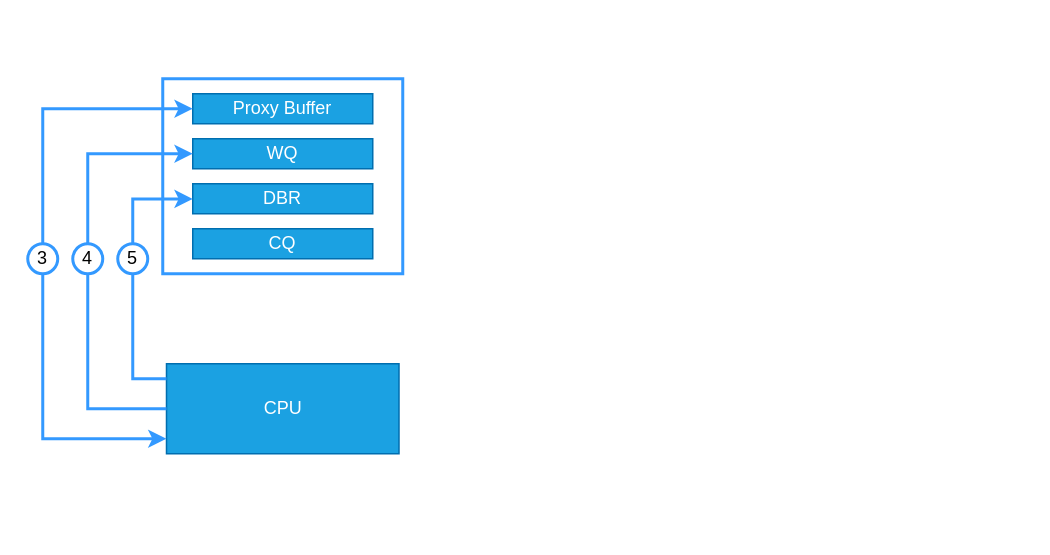
This is IBRC/IBGDA.drawio from icclBrother/AIinfraDocs, a draw.io file, before an edit. Source tidied: cells renumbered, new cells numbered last; positions are measured from the earlier drawing's top-left corner, leaving out a move shared by most shapes. Both pictures are drawn from the tidied source at 150%, with x=0, y=0 at pixel (27, 78).
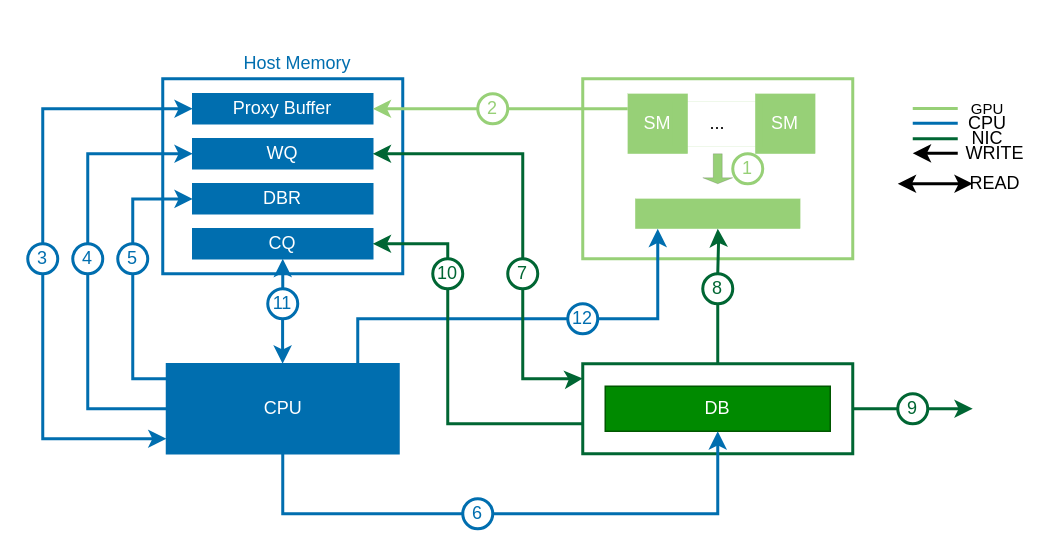
Above is the later version.

Change to the diagram source:
```diff
@@
-    <mxCell id="2" style="rounded=0;whiteSpace=wrap;html=1;strokeColor=#3399FF;strokeWidth=2;" parent="1" vertex="1">
+    <mxCell id="2" style="rounded=0;whiteSpace=wrap;html=1;strokeColor=#006EAF;strokeWidth=2;" parent="1" vertex="1">
       <mxGeometry x="90" width="160" height="130" as="geometry" />
     </mxCell>
-    <mxCell id="3" value="Proxy Buffer" style="rounded=0;whiteSpace=wrap;html=1;fillColor=#1ba1e2;fontColor=#ffffff;strokeColor=#006EAF;" parent="1" vertex="1">
+    <mxCell id="3" value="Proxy Buffer" style="rounded=0;whiteSpace=wrap;html=1;fillColor=#006EAF;fontColor=#ffffff;strokeColor=#006EAF;" parent="1" vertex="1">
       <mxGeometry x="110" y="10" width="120" height="20" as="geometry" />
     </mxCell>
-    <mxCell id="4" value="WQ" style="rounded=0;whiteSpace=wrap;html=1;fillColor=#1ba1e2;fontColor=#ffffff;strokeColor=#006EAF;" parent="1" vertex="1">
+    <mxCell id="4" value="WQ" style="rounded=0;whiteSpace=wrap;html=1;fillColor=#006EAF;fontColor=#ffffff;strokeColor=#006EAF;" parent="1" vertex="1">
       <mxGeometry x="110" y="40" width="120" height="20" as="geometry" />
     </mxCell>
-    <mxCell id="5" value="DBR" style="rounded=0;whiteSpace=wrap;html=1;fillColor=#1ba1e2;fontColor=#ffffff;strokeColor=#006EAF;" parent="1" vertex="1">
+    <mxCell id="5" value="DBR" style="rounded=0;whiteSpace=wrap;html=1;fillColor=#006EAF;fontColor=#ffffff;strokeColor=#006EAF;" parent="1" vertex="1">
       <mxGeometry x="110" y="70" width="120" height="20" as="geometry" />
     </mxCell>
-    <mxCell id="6" value="CQ" style="rounded=0;whiteSpace=wrap;html=1;fillColor=#1ba1e2;fontColor=#ffffff;strokeColor=#006EAF;" parent="1" vertex="1">
+    <mxCell id="6" value="CQ" style="rounded=0;whiteSpace=wrap;html=1;fillColor=#006EAF;fontColor=#ffffff;strokeColor=#006EAF;" parent="1" vertex="1">
       <mxGeometry x="110" y="100" width="120" height="20" as="geometry" />
     </mxCell>
+    <mxCell id="17" style="edgeStyle=orthogonalEdgeStyle;rounded=0;orthogonalLoop=1;jettySize=auto;html=1;startArrow=classic;startFill=1;strokeWidth=2;endArrow=none;endFill=0;strokeColor=#006EAF;" parent="1" edge="1">
+      <mxGeometry relative="1" as="geometry">
+        <mxPoint x="169.9" y="190" as="sourcePoint" />
+        <mxPoint x="169.9" y="160" as="targetPoint" />
+      </mxGeometry>
+    </mxCell>
+    <mxCell id="18" style="edgeStyle=orthogonalEdgeStyle;rounded=0;jettySize=auto;html=1;endArrow=none;endFill=0;strokeColor=#006EAF;strokeWidth=2;" parent="1" edge="1" source="7">
+      <mxGeometry relative="1" as="geometry">
+        <mxPoint x="290" y="290" as="targetPoint" />
+        <Array as="points">
+          <mxPoint x="170" y="290" />
+        </Array>
+      </mxGeometry>
+    </mxCell>
-    <mxCell id="7" value="CPU" style="rounded=0;whiteSpace=wrap;html=1;fillColor=#1ba1e2;fontColor=#ffffff;strokeColor=#006EAF;" parent="1" vertex="1">
+    <mxCell id="7" value="CPU" style="rounded=0;whiteSpace=wrap;html=1;fillColor=#006EAF;fontColor=#ffffff;strokeColor=#006EAF;" parent="1" vertex="1">
       <mxGeometry x="92.5" y="190" width="155" height="60" as="geometry" />
     </mxCell>
-    <mxCell id="8" style="edgeStyle=orthogonalEdgeStyle;rounded=0;jettySize=auto;html=1;entryX=0;entryY=0.5;entryDx=0;entryDy=0;exitX=0.5;exitY=0;exitDx=0;exitDy=0;strokeColor=#3399FF;strokeWidth=2;" parent="1" edge="1" source="12">
+    <mxCell id="8" style="edgeStyle=orthogonalEdgeStyle;rounded=0;jettySize=auto;html=1;entryX=0;entryY=0.5;entryDx=0;entryDy=0;exitX=0.5;exitY=0;exitDx=0;exitDy=0;strokeColor=#006EAF;strokeWidth=2;" parent="1" edge="1" source="12">
       <mxGeometry relative="1" as="geometry">
         <mxPoint x="110" y="20" as="targetPoint" />
         <Array as="points">
           <mxPoint x="10" y="20" />
         </Array>
       </mxGeometry>
     </mxCell>
-    <mxCell id="9" style="edgeStyle=orthogonalEdgeStyle;rounded=0;orthogonalLoop=1;jettySize=auto;html=1;entryX=0;entryY=0.5;entryDx=0;entryDy=0;strokeColor=#3399FF;strokeWidth=2;" parent="1" edge="1">
+    <mxCell id="9" style="edgeStyle=orthogonalEdgeStyle;rounded=0;orthogonalLoop=1;jettySize=auto;html=1;entryX=0;entryY=0.5;entryDx=0;entryDy=0;strokeColor=#006EAF;strokeWidth=2;" parent="1" edge="1">
       <mxGeometry relative="1" as="geometry">
         <mxPoint x="40" y="110" as="sourcePoint" />
         <mxPoint x="110" y="50" as="targetPoint" />
         <Array as="points">
           <mxPoint x="40" y="50" />
         </Array>
       </mxGeometry>
     </mxCell>
-    <mxCell id="10" style="edgeStyle=orthogonalEdgeStyle;rounded=0;orthogonalLoop=1;jettySize=auto;html=1;entryX=0;entryY=0.5;entryDx=0;entryDy=0;strokeColor=#3399FF;strokeWidth=2;" parent="1" edge="1">
+    <mxCell id="10" style="edgeStyle=orthogonalEdgeStyle;rounded=0;orthogonalLoop=1;jettySize=auto;html=1;entryX=0;entryY=0.5;entryDx=0;entryDy=0;strokeColor=#006EAF;strokeWidth=2;" parent="1" edge="1">
       <mxGeometry relative="1" as="geometry">
         <mxPoint x="70" y="110" as="sourcePoint" />
         <mxPoint x="110" y="80.1" as="targetPoint" />
         <Array as="points">
           <mxPoint x="70" y="80" />
         </Array>
       </mxGeometry>
     </mxCell>
-    <mxCell id="11" style="edgeStyle=orthogonalEdgeStyle;rounded=0;jettySize=auto;html=1;strokeColor=#3399FF;strokeWidth=2;" parent="1" edge="1" source="12" target="7">
+    <mxCell id="11" style="edgeStyle=orthogonalEdgeStyle;rounded=0;jettySize=auto;html=1;strokeColor=#006EAF;strokeWidth=2;" parent="1" edge="1" source="12" target="7">
       <mxGeometry relative="1" as="geometry">
         <Array as="points">
           <mxPoint x="10" y="240" />
         </Array>
       </mxGeometry>
     </mxCell>
-    <mxCell id="12" value="3" style="ellipse;whiteSpace=wrap;html=1;strokeColor=#3399FF;strokeWidth=2;" parent="1" vertex="1">
+    <mxCell id="12" value="&lt;span style=&quot;color: rgb(0, 110, 175);&quot;&gt;3&lt;/span&gt;" style="ellipse;whiteSpace=wrap;html=1;strokeColor=#006EAF;strokeWidth=2;" parent="1" vertex="1">
       <mxGeometry y="110" width="20" height="20" as="geometry" />
     </mxCell>
-    <mxCell id="13" style="edgeStyle=orthogonalEdgeStyle;rounded=0;jettySize=auto;html=1;entryX=0;entryY=0.5;entryDx=0;entryDy=0;strokeColor=#3399FF;strokeWidth=2;endArrow=none;endFill=0;" parent="1" edge="1" source="14" target="7">
+    <mxCell id="13" style="edgeStyle=orthogonalEdgeStyle;rounded=0;jettySize=auto;html=1;entryX=0;entryY=0.5;entryDx=0;entryDy=0;strokeColor=#006EAF;strokeWidth=2;endArrow=none;endFill=0;" parent="1" edge="1" source="14" target="7">
       <mxGeometry relative="1" as="geometry">
         <Array as="points">
           <mxPoint x="40" y="220" />
         </Array>
       </mxGeometry>
     </mxCell>
-    <mxCell id="14" value="4" style="ellipse;whiteSpace=wrap;html=1;strokeColor=#3399FF;strokeWidth=2;" parent="1" vertex="1">
+    <mxCell id="14" value="&lt;span style=&quot;color: rgb(0, 110, 175);&quot;&gt;4&lt;/span&gt;" style="ellipse;whiteSpace=wrap;html=1;strokeColor=#006EAF;strokeWidth=2;" parent="1" vertex="1">
       <mxGeometry x="30" y="110" width="20" height="20" as="geometry" />
     </mxCell>
-    <mxCell id="15" style="edgeStyle=orthogonalEdgeStyle;rounded=0;jettySize=auto;html=1;strokeColor=#3399FF;strokeWidth=2;endArrow=none;endFill=0;" parent="1" edge="1" source="16" target="7">
+    <mxCell id="15" style="edgeStyle=orthogonalEdgeStyle;rounded=0;jettySize=auto;html=1;strokeColor=#006EAF;strokeWidth=2;endArrow=none;endFill=0;" parent="1" edge="1" source="16" target="7">
       <mxGeometry relative="1" as="geometry">
         <Array as="points">
           <mxPoint x="70" y="200" />
         </Array>
       </mxGeometry>
     </mxCell>
-    <mxCell id="16" value="5" style="ellipse;whiteSpace=wrap;html=1;strokeColor=#3399FF;strokeWidth=2;" parent="1" vertex="1">
+    <mxCell id="16" value="&lt;span style=&quot;color: rgb(0, 110, 175);&quot;&gt;5&lt;/span&gt;" style="ellipse;whiteSpace=wrap;html=1;strokeColor=#006EAF;strokeWidth=2;" parent="1" vertex="1">
       <mxGeometry x="60" y="110" width="20" height="20" as="geometry" />
     </mxCell>
+    <mxCell id="19" value="&lt;span style=&quot;color: rgb(0, 110, 175);&quot;&gt;Host Memory&lt;/span&gt;" style="text;html=1;align=center;verticalAlign=middle;whiteSpace=wrap;rounded=0;" parent="1" vertex="1">
+      <mxGeometry x="120" y="-35" width="120" height="50" as="geometry" />
+    </mxCell>
+    <mxCell id="20" style="edgeStyle=orthogonalEdgeStyle;rounded=0;orthogonalLoop=1;jettySize=auto;html=1;endArrow=none;endFill=0;strokeColor=#006EAF;strokeWidth=2;jumpStyle=arc;" parent="1" edge="1">
+      <mxGeometry relative="1" as="geometry">
+        <mxPoint x="360" y="160" as="sourcePoint" />
+        <mxPoint x="220" y="190" as="targetPoint" />
+        <Array as="points">
+          <mxPoint x="220" y="160" />
+          <mxPoint x="220" y="190" />
+        </Array>
+      </mxGeometry>
+    </mxCell>
+    <mxCell id="21" style="edgeStyle=orthogonalEdgeStyle;rounded=0;jettySize=auto;html=1;strokeColor=#006EAF;strokeWidth=2;" parent="1" edge="1" source="22">
+      <mxGeometry relative="1" as="geometry">
+        <mxPoint x="170" y="120" as="targetPoint" />
+      </mxGeometry>
+    </mxCell>
+    <mxCell id="22" value="&lt;span style=&quot;color: rgb(0, 110, 175);&quot;&gt;11&lt;/span&gt;" style="ellipse;whiteSpace=wrap;html=1;strokeColor=#006EAF;strokeWidth=2;" parent="1" vertex="1">
+      <mxGeometry x="160" y="140" width="20" height="20" as="geometry" />
+    </mxCell>
+    <mxCell id="23" style="edgeStyle=orthogonalEdgeStyle;rounded=0;orthogonalLoop=1;jettySize=auto;html=1;entryX=1;entryY=0.5;entryDx=0;entryDy=0;strokeWidth=2;strokeColor=#006633;" parent="1" edge="1">
+      <mxGeometry relative="1" as="geometry">
+        <mxPoint x="330" y="120" as="sourcePoint" />
+        <mxPoint x="230" y="50" as="targetPoint" />
+        <Array as="points">
+          <mxPoint x="330" y="50" />
+        </Array>
+      </mxGeometry>
+    </mxCell>
+    <mxCell id="24" style="edgeStyle=orthogonalEdgeStyle;rounded=0;jettySize=auto;html=1;endArrow=none;endFill=0;strokeWidth=2;strokeColor=#006633;" parent="1" edge="1" source="25" target="59">
+      <mxGeometry relative="1" as="geometry" />
+    </mxCell>
+    <mxCell id="25" style="rounded=0;whiteSpace=wrap;html=1;strokeWidth=2;strokeColor=#006633;" parent="1" vertex="1">
+      <mxGeometry x="370" y="190" width="180" height="60" as="geometry" />
+    </mxCell>
+    <mxCell id="26" value="DB" style="rounded=0;whiteSpace=wrap;html=1;fillColor=#008a00;fontColor=#ffffff;strokeColor=#005700;" parent="1" vertex="1">
+      <mxGeometry x="385" y="205" width="150" height="30" as="geometry" />
+    </mxCell>
+    <mxCell id="27" style="rounded=0;whiteSpace=wrap;html=1;strokeWidth=2;strokeColor=#97D077;" parent="1" vertex="1">
+      <mxGeometry x="370" width="180" height="120" as="geometry" />
+    </mxCell>
+    <mxCell id="28" value="&lt;span style=&quot;color: rgb(255, 255, 255);&quot;&gt;SM&lt;/span&gt;" style="whiteSpace=wrap;html=1;strokeWidth=0;fillColor=#97D077;strokeColor=#97D077;" parent="1" vertex="1">
+      <mxGeometry x="400" y="10" width="40" height="40" as="geometry" />
+    </mxCell>
+    <mxCell id="29" value="&lt;span style=&quot;color: rgb(255, 255, 255);&quot;&gt;SM&lt;/span&gt;" style="whiteSpace=wrap;html=1;strokeWidth=0;fillColor=#97D077;strokeColor=#97D077;" parent="1" vertex="1">
+      <mxGeometry x="485" y="10" width="40" height="40" as="geometry" />
+    </mxCell>
+    <mxCell id="30" style="rounded=0;whiteSpace=wrap;html=1;fillColor=#97D077;strokeColor=#97D077;strokeWidth=0;" parent="1" vertex="1">
+      <mxGeometry x="405" y="80" width="110" height="20" as="geometry" />
+    </mxCell>
+    <mxCell id="31" value="..." style="text;html=1;align=center;verticalAlign=middle;whiteSpace=wrap;rounded=0;strokeColor=#97D077;strokeWidth=0;" parent="1" vertex="1">
+      <mxGeometry x="430" y="15" width="60" height="30" as="geometry" />
+    </mxCell>
+    <mxCell id="32" style="edgeStyle=orthogonalEdgeStyle;rounded=0;jettySize=auto;html=1;strokeColor=#006633;strokeWidth=2;" parent="1" edge="1" target="30">
+      <mxGeometry relative="1" as="geometry">
+        <mxPoint x="460" y="130" as="sourcePoint" />
+      </mxGeometry>
+    </mxCell>
+    <mxCell id="33" style="edgeStyle=orthogonalEdgeStyle;rounded=0;jettySize=auto;html=1;endArrow=none;endFill=0;strokeWidth=2;strokeColor=#006633;" parent="1" edge="1" source="34">
+      <mxGeometry relative="1" as="geometry">
+        <mxPoint x="460" y="190" as="targetPoint" />
+      </mxGeometry>
+    </mxCell>
+    <mxCell id="34" value="&lt;div&gt;&lt;span style=&quot;color: rgb(0, 102, 51);&quot;&gt;8&lt;/span&gt;&lt;/div&gt;" style="ellipse;whiteSpace=wrap;html=1;strokeColor=#006633;strokeWidth=2;" parent="1" vertex="1">
+      <mxGeometry x="450" y="130" width="20" height="20" as="geometry" />
+    </mxCell>
+    <mxCell id="35" style="edgeStyle=orthogonalEdgeStyle;rounded=0;orthogonalLoop=1;jettySize=auto;html=1;endArrow=none;endFill=0;strokeWidth=2;strokeColor=#97D077;fillColor=#cdeb8b;" parent="1" edge="1">
+      <mxGeometry relative="1" as="geometry">
+        <mxPoint x="320" y="20" as="sourcePoint" />
+        <mxPoint x="400" y="20" as="targetPoint" />
+        <Array as="points">
+          <mxPoint x="370" y="20" />
+          <mxPoint x="370" y="20" />
+        </Array>
+      </mxGeometry>
+    </mxCell>
+    <mxCell id="36" style="edgeStyle=orthogonalEdgeStyle;rounded=0;jettySize=auto;html=1;endArrow=classic;endFill=1;startArrow=none;startFill=0;strokeWidth=2;strokeColor=#97D077;fillColor=#cdeb8b;" parent="1" edge="1" source="37">
+      <mxGeometry relative="1" as="geometry">
+        <mxPoint x="230" y="20" as="targetPoint" />
+        <Array as="points">
+          <mxPoint x="230" y="20" />
+        </Array>
+      </mxGeometry>
+    </mxCell>
+    <mxCell id="37" value="&lt;span style=&quot;color: rgb(151, 208, 119);&quot;&gt;2&lt;/span&gt;" style="ellipse;whiteSpace=wrap;html=1;strokeWidth=2;strokeColor=#97D077;" parent="1" vertex="1">
+      <mxGeometry x="300" y="10" width="20" height="20" as="geometry" />
+    </mxCell>
+    <mxCell id="38" style="edgeStyle=orthogonalEdgeStyle;rounded=0;jettySize=auto;html=1;endArrow=classic;endFill=1;entryX=0;entryY=0.163;entryDx=0;entryDy=0;entryPerimeter=0;strokeWidth=2;strokeColor=#006633;" parent="1" edge="1" target="25">
+      <mxGeometry relative="1" as="geometry">
+        <mxPoint x="330" y="140" as="sourcePoint" />
+        <Array as="points">
+          <mxPoint x="330" y="200" />
+          <mxPoint x="367" y="200" />
+        </Array>
+      </mxGeometry>
+    </mxCell>
+    <mxCell id="39" value="&lt;span style=&quot;color: rgb(0, 102, 51);&quot;&gt;7&lt;/span&gt;" style="ellipse;whiteSpace=wrap;html=1;strokeWidth=2;strokeColor=#006633;" parent="1" vertex="1">
+      <mxGeometry x="320" y="120" width="20" height="20" as="geometry" />
+    </mxCell>
+    <mxCell id="40" style="edgeStyle=orthogonalEdgeStyle;rounded=0;jettySize=auto;html=1;entryX=1;entryY=0.5;entryDx=0;entryDy=0;strokeWidth=2;strokeColor=#006633;" parent="1" edge="1" target="6">
+      <mxGeometry relative="1" as="geometry">
+        <mxPoint x="280" y="120" as="sourcePoint" />
+        <Array as="points">
+          <mxPoint x="280" y="110" />
+        </Array>
+      </mxGeometry>
+    </mxCell>
+    <mxCell id="41" value="&lt;span style=&quot;color: rgb(0, 102, 51);&quot;&gt;10&lt;/span&gt;" style="ellipse;whiteSpace=wrap;html=1;strokeWidth=2;strokeColor=#006633;" parent="1" vertex="1">
+      <mxGeometry x="270" y="120" width="20" height="20" as="geometry" />
+    </mxCell>
+    <mxCell id="42" style="edgeStyle=orthogonalEdgeStyle;rounded=0;jettySize=auto;html=1;endArrow=none;endFill=0;entryX=0;entryY=0.667;entryDx=0;entryDy=0;entryPerimeter=0;strokeWidth=2;strokeColor=#006633;" parent="1" edge="1" target="25">
+      <mxGeometry relative="1" as="geometry">
+        <mxPoint x="280" y="140" as="sourcePoint" />
+        <Array as="points">
+          <mxPoint x="280" y="230" />
+        </Array>
+      </mxGeometry>
+    </mxCell>
+    <mxCell id="43" value="&lt;span style=&quot;color: rgb(0, 110, 175);&quot;&gt;6&lt;/span&gt;" style="ellipse;whiteSpace=wrap;html=1;strokeColor=#006EAF;strokeWidth=2;" parent="1" vertex="1">
+      <mxGeometry x="290" y="280" width="20" height="20" as="geometry" />
+    </mxCell>
+    <mxCell id="44" value="&lt;span style=&quot;color: rgb(0, 110, 175);&quot;&gt;12&lt;/span&gt;" style="ellipse;whiteSpace=wrap;html=1;strokeWidth=2;strokeColor=#006EAF;" parent="1" vertex="1">
+      <mxGeometry x="360" y="150" width="20" height="20" as="geometry" />
+    </mxCell>
+    <mxCell id="45" style="edgeStyle=orthogonalEdgeStyle;rounded=0;jettySize=auto;html=1;exitX=1;exitY=0.5;exitDx=0;exitDy=0;strokeWidth=2;strokeColor=#006EAF;" parent="1" edge="1" source="44">
+      <mxGeometry relative="1" as="geometry">
+        <mxPoint x="420" y="100" as="targetPoint" />
+        <Array as="points">
+          <mxPoint x="420" y="160" />
+        </Array>
+      </mxGeometry>
+    </mxCell>
+    <mxCell id="46" style="edgeStyle=orthogonalEdgeStyle;rounded=0;orthogonalLoop=1;jettySize=auto;html=1;endArrow=none;endFill=0;startArrow=none;startFill=0;strokeWidth=2;strokeColor=#97D077;" parent="1" edge="1">
+      <mxGeometry relative="1" as="geometry">
+        <mxPoint x="620" y="19.9" as="sourcePoint" />
+        <mxPoint x="590" y="19.9" as="targetPoint" />
+        <Array as="points">
+          <mxPoint x="600" y="19.9" />
+          <mxPoint x="600" y="19.9" />
+        </Array>
+      </mxGeometry>
+    </mxCell>
+    <mxCell id="47" style="edgeStyle=orthogonalEdgeStyle;rounded=0;orthogonalLoop=1;jettySize=auto;html=1;endArrow=none;endFill=0;startArrow=none;startFill=0;strokeWidth=2;strokeColor=#006EAF;" parent="1" edge="1">
+      <mxGeometry relative="1" as="geometry">
+        <mxPoint x="620" y="29.7" as="sourcePoint" />
+        <mxPoint x="590" y="29.7" as="targetPoint" />
+        <Array as="points">
+          <mxPoint x="600" y="29.7" />
+          <mxPoint x="600" y="29.7" />
+        </Array>
+      </mxGeometry>
+    </mxCell>
+    <mxCell id="48" style="edgeStyle=orthogonalEdgeStyle;rounded=0;orthogonalLoop=1;jettySize=auto;html=1;endArrow=none;endFill=0;startArrow=none;startFill=0;strokeWidth=2;strokeColor=#006633;" parent="1" edge="1">
+      <mxGeometry relative="1" as="geometry">
+        <mxPoint x="620" y="40" as="sourcePoint" />
+        <mxPoint x="590" y="40" as="targetPoint" />
+        <Array as="points">
+          <mxPoint x="600" y="40" />
+          <mxPoint x="600" y="40" />
+        </Array>
+      </mxGeometry>
+    </mxCell>
+    <mxCell id="49" style="edgeStyle=orthogonalEdgeStyle;rounded=0;orthogonalLoop=1;jettySize=auto;html=1;endArrow=classic;endFill=1;startArrow=none;startFill=0;strokeWidth=2;" parent="1" edge="1">
+      <mxGeometry relative="1" as="geometry">
+        <mxPoint x="620" y="49.7" as="sourcePoint" />
+        <mxPoint x="590" y="49.7" as="targetPoint" />
+        <Array as="points">
+          <mxPoint x="600" y="49.7" />
+          <mxPoint x="600" y="49.7" />
+        </Array>
+      </mxGeometry>
+    </mxCell>
+    <mxCell id="50" style="edgeStyle=orthogonalEdgeStyle;rounded=0;orthogonalLoop=1;jettySize=auto;html=1;endArrow=classic;endFill=1;startArrow=classic;startFill=1;strokeWidth=2;" parent="1" edge="1">
+      <mxGeometry relative="1" as="geometry">
+        <mxPoint x="630" y="70" as="sourcePoint" />
+        <mxPoint x="580" y="70" as="targetPoint" />
+        <Array as="points">
+          <mxPoint x="610" y="70.1" />
+          <mxPoint x="610" y="70.1" />
+        </Array>
+      </mxGeometry>
+    </mxCell>
+    <mxCell id="51" value="&lt;font style=&quot;font-size: 10px;&quot;&gt;GPU&lt;/font&gt;" style="text;html=1;align=center;verticalAlign=middle;whiteSpace=wrap;rounded=0;" parent="1" vertex="1">
+      <mxGeometry x="630" y="15" width="20" height="10" as="geometry" />
+    </mxCell>
+    <mxCell id="52" value="CPU" style="text;html=1;align=center;verticalAlign=middle;whiteSpace=wrap;rounded=0;" parent="1" vertex="1">
+      <mxGeometry x="630" y="25" width="20" height="10" as="geometry" />
+    </mxCell>
+    <mxCell id="53" value="NIC" style="text;html=1;align=center;verticalAlign=middle;whiteSpace=wrap;rounded=0;" parent="1" vertex="1">
+      <mxGeometry x="630" y="35" width="20" height="10" as="geometry" />
+    </mxCell>
+    <mxCell id="54" value="WRITE" style="text;html=1;align=center;verticalAlign=middle;whiteSpace=wrap;rounded=0;" parent="1" vertex="1">
+      <mxGeometry x="630" y="45" width="30" height="10" as="geometry" />
+    </mxCell>
+    <mxCell id="55" value="READ" style="text;html=1;align=center;verticalAlign=middle;whiteSpace=wrap;rounded=0;" parent="1" vertex="1">
+      <mxGeometry x="630" y="60" width="30" height="20" as="geometry" />
+    </mxCell>
+    <mxCell id="56" style="edgeStyle=orthogonalEdgeStyle;rounded=0;jettySize=auto;html=1;strokeColor=#006EAF;strokeWidth=2;entryX=0.5;entryY=1;entryDx=0;entryDy=0;" parent="1" edge="1" source="43" target="26">
+      <mxGeometry relative="1" as="geometry" />
+    </mxCell>
+    <mxCell id="57" style="shape=singleArrow;direction=south;whiteSpace=wrap;html=1;fillColor=#97D077;strokeWidth=0;" parent="1" vertex="1">
+      <mxGeometry x="450" y="50" width="20" height="20" as="geometry" />
+    </mxCell>
+    <mxCell id="58" style="edgeStyle=orthogonalEdgeStyle;rounded=0;jettySize=auto;html=1;strokeColor=#006633;strokeWidth=2;" parent="1" edge="1" source="59">
+      <mxGeometry relative="1" as="geometry">
+        <mxPoint x="630" y="220" as="targetPoint" />
+        <Array as="points">
+          <mxPoint x="610" y="220" />
+          <mxPoint x="610" y="220" />
+        </Array>
+      </mxGeometry>
+    </mxCell>
+    <mxCell id="59" value="&lt;span style=&quot;color: rgb(0, 102, 51);&quot;&gt;9&lt;/span&gt;" style="ellipse;whiteSpace=wrap;html=1;strokeColor=#006633;rounded=0;strokeWidth=2;" parent="1" vertex="1">
+      <mxGeometry x="580" y="210" width="20" height="20" as="geometry" />
+    </mxCell>
+    <mxCell id="60" value="&lt;span style=&quot;color: rgb(151, 208, 119);&quot;&gt;1&lt;/span&gt;" style="ellipse;whiteSpace=wrap;html=1;fillColor=#FFFFFF;strokeWidth=2;strokeColor=#97D077;" parent="1" vertex="1">
+      <mxGeometry x="470" y="50" width="20" height="20" as="geometry" />
+    </mxCell>
```
